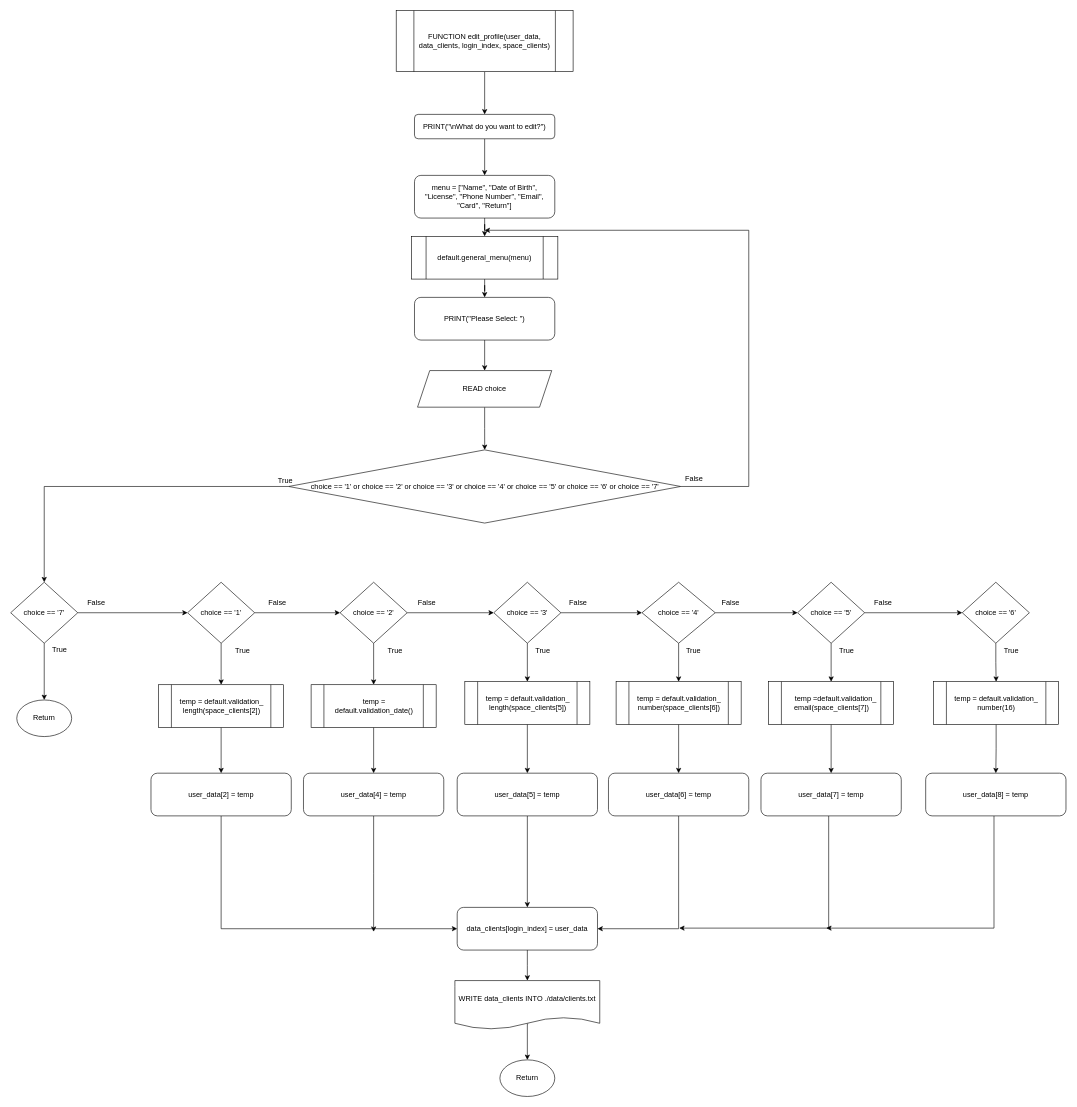
Earlier version of the draw.io diagram Flowchart/clients/edit_profile.drawio (RabbitBear00/Car-Rental-System). Source tidied: cells renumbered, new cells numbered last; positions are measured from the earlier drawing's top-left corner, leaving out a move shared by most shapes. Both pictures are drawn from the tidied source at 61%, with x=0, y=0 at pixel (10, 10).
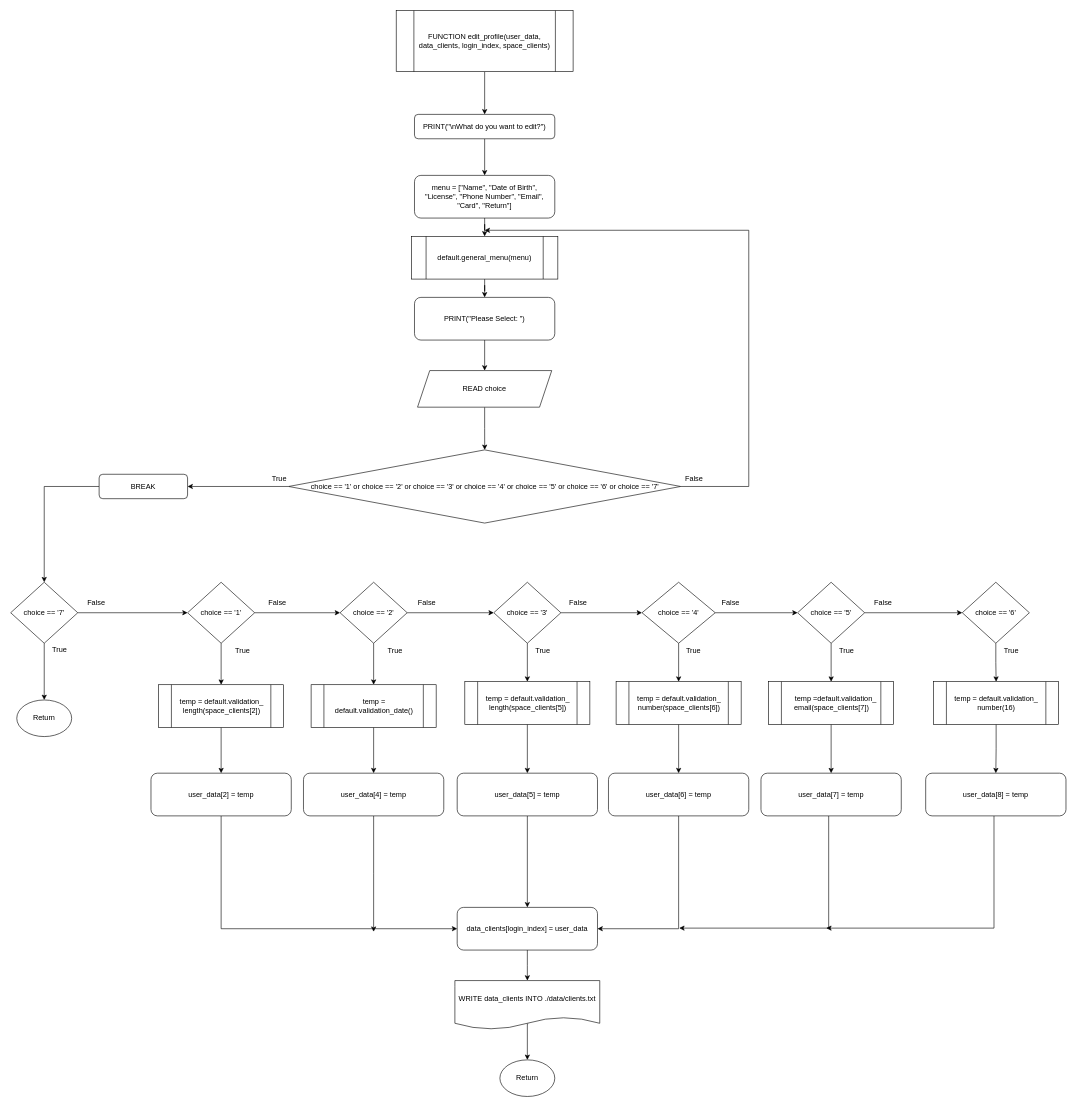
After the change.

The change refers to these unchanged cells:
```xml
<mxCell id="8" value="choice == '1' or choice == '2' or choice == '3' or choice == '4' or choice == '5' or choice == '6' or choice == '7'" style="rhombus;whiteSpace=wrap;html=1;" parent="1" vertex="1">
  <mxGeometry x="455.8" y="720" width="642.5" height="120" as="geometry" />
</mxCell>
<mxCell id="28" value="choice == '7'" style="rhombus;whiteSpace=wrap;html=1;" parent="1" vertex="1">
  <mxGeometry y="937" width="110" height="100" as="geometry" />
</mxCell>
```

Change to the diagram source:
```diff
@@
-    <mxCell id="6" style="edgeStyle=orthogonalEdgeStyle;rounded=0;jettySize=auto;html=1;exitX=0;exitY=0.5;exitDx=0;exitDy=0;entryX=0.5;entryY=0;entryDx=0;entryDy=0;" parent="1" edge="1" source="8" target="28">
-      <mxGeometry relative="1" as="geometry" />
-    </mxCell>
@@
+    <mxCell id="83" style="edgeStyle=orthogonalEdgeStyle;rounded=0;jettySize=auto;html=1;entryX=1;entryY=0.5;entryDx=0;entryDy=0;" parent="1" edge="1" source="8" target="85">
+      <mxGeometry relative="1" as="geometry" />
+    </mxCell>
@@
     <mxCell id="49" value="True" style="text;html=1;align=center;verticalAlign=middle;strokeColor=none;" parent="1" vertex="1">
-      <mxGeometry x="430" y="760" width="40" height="20" as="geometry" />
+      <mxGeometry x="420" y="758" width="40" height="20" as="geometry" />
     </mxCell>
@@
+    <mxCell id="84" style="edgeStyle=orthogonalEdgeStyle;rounded=0;jettySize=auto;html=1;entryX=0.5;entryY=0;entryDx=0;entryDy=0;" parent="1" edge="1" source="85" target="28">
+      <mxGeometry relative="1" as="geometry" />
+    </mxCell>
+    <mxCell id="85" value="BREAK" style="rounded=1;whiteSpace=wrap;html=1;" parent="1" vertex="1">
+      <mxGeometry x="145" y="760" width="145" height="40" as="geometry" />
+    </mxCell>
```
